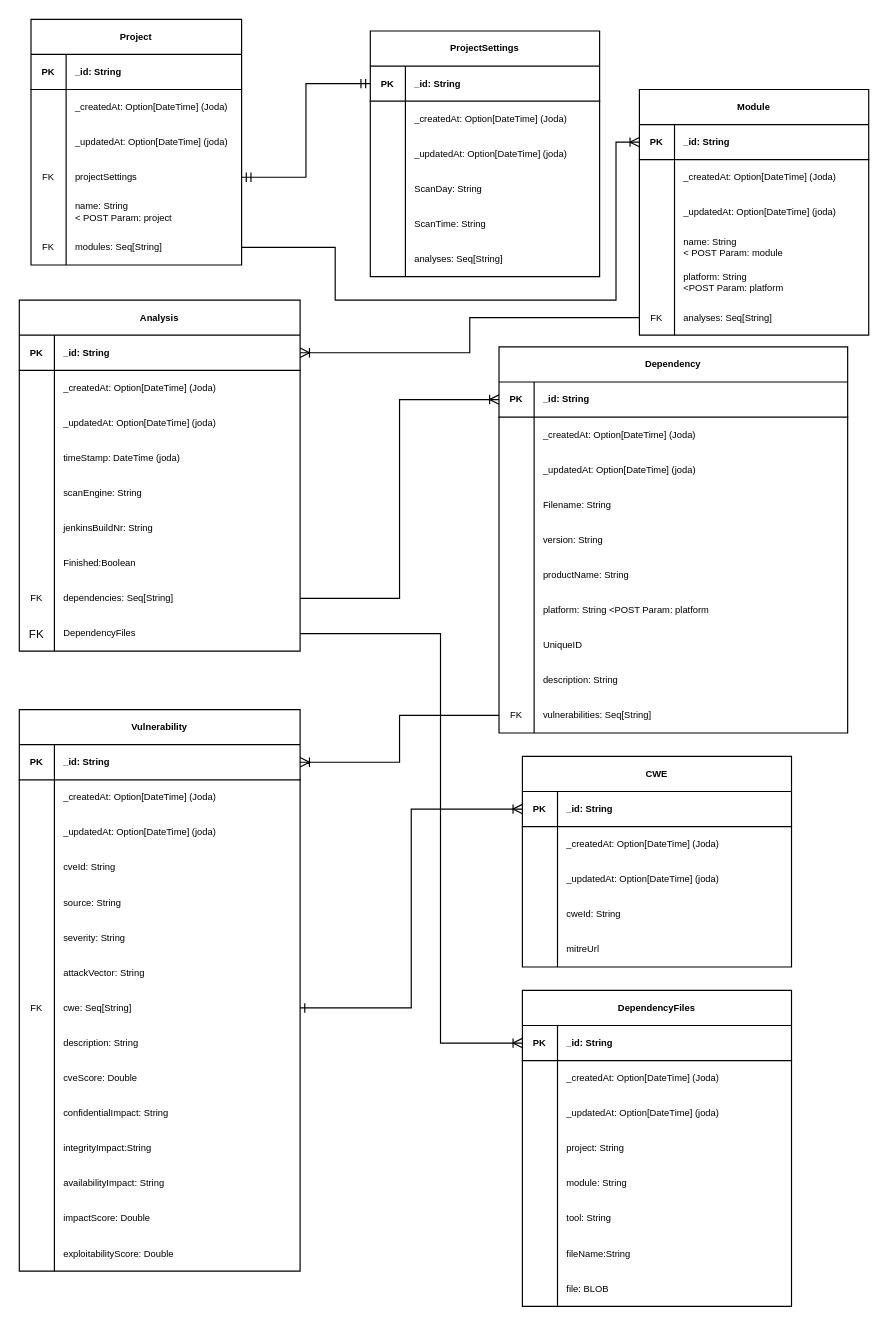
Above: page "SOUPAPI DM" (4 of 12) of gfx/SOUPAPI.drawio in codefink2020/AfstudeerVerslagFINAL (draw.io), before the change. Source tidied: cells renumbered, new cells numbered last; positions are measured from the earlier drawing's top-left corner, leaving out a move shared by most shapes. Both pictures are drawn from the tidied source at 117%, with x=0, y=0 at pixel (19, 19).
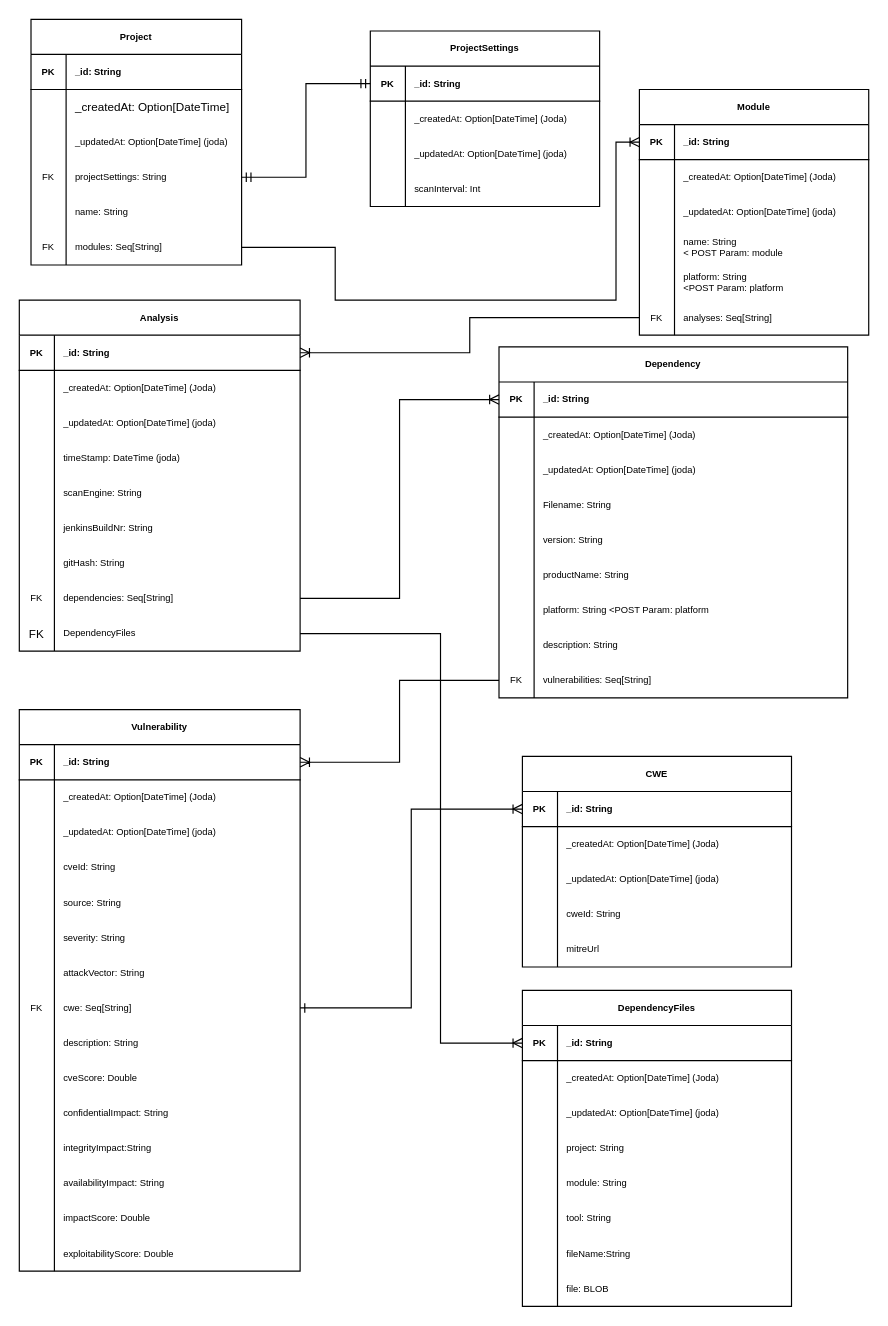
The same diagram, later.

The change refers to these unchanged cells:
```xml
<mxCell id="2" value="Project" style="shape=table;startSize=30;childLayout=tableLayout;rowLines=0;fontStyle=1;align=center;fontSize=8;" parent="1" vertex="1">
  <mxGeometry x="10" width="180" height="210" as="geometry" />
</mxCell>
<mxCell id="12" style="shape=tableRow;horizontal=0;startSize=0;swimlaneHead=0;swimlaneBody=0;fillColor=none;points=[[0,0.5],[1,0.5]];portConstraint=eastwest;top=0;left=0;right=0;bottom=0;fontSize=8;" parent="2" vertex="1">
  <mxGeometry y="120" width="180" height="30" as="geometry" />
</mxCell>
<mxCell id="15" style="shape=tableRow;horizontal=0;startSize=0;swimlaneHead=0;swimlaneBody=0;fillColor=none;top=0;left=0;right=0;bottom=0;fontSize=8;" parent="2" vertex="1">
  <mxGeometry y="150" width="180" height="30" as="geometry" />
</mxCell>
<mxCell id="60" style="shape=tableRow;horizontal=0;startSize=0;swimlaneHead=0;swimlaneBody=0;fillColor=none;top=0;left=0;right=0;bottom=0;fontSize=8;" parent="41" vertex="1">
  <mxGeometry y="210" width="240" height="30" as="geometry" />
</mxCell>
<mxCell id="202" style="shape=tableRow;horizontal=0;startSize=0;swimlaneHead=0;swimlaneBody=0;fillColor=none;top=0;left=0;right=0;bottom=0;fontSize=8;" parent="192" vertex="1">
  <mxGeometry y="120" width="196" height="30" as="geometry" />
</mxCell>
```

What changed in the source:
```diff
@@
-    <mxCell id="6" style="shape=tableRow;horizontal=0;startSize=0;swimlaneHead=0;swimlaneBody=0;fillColor=none;top=0;left=0;right=0;bottom=0;fontSize=8;" parent="2" vertex="1">
+    <mxCell id="6" style="shape=tableRow;horizontal=0;startSize=0;swimlaneHead=0;swimlaneBody=0;fillColor=none;top=0;left=0;right=0;bottom=0;fontSize=9;" parent="2" vertex="1">
       <mxGeometry y="60" width="180" height="30" as="geometry" />
     </mxCell>
@@
-    <mxCell id="8" value="_createdAt: Option[DateTime] (Joda)" style="shape=partialRectangle;fillColor=none;top=0;left=0;bottom=0;right=0;align=left;spacingLeft=6;overflow=hidden;fontSize=8;" parent="6" vertex="1">
+    <mxCell id="8" value="_createdAt: Option[DateTime] " style="shape=partialRectangle;fillColor=none;top=0;left=0;bottom=0;right=0;align=left;spacingLeft=6;overflow=hidden;fontSize=10;" parent="6" vertex="1">
       <mxGeometry x="30" width="150" height="30" as="geometry" />
     </mxCell>
@@
-    <mxCell id="14" value="projectSettings" style="shape=partialRectangle;fillColor=none;top=0;left=0;bottom=0;right=0;align=left;spacingLeft=6;fontStyle=0;overflow=hidden;fontSize=8;" parent="12" vertex="1">
+    <mxCell id="14" value="projectSettings: String" style="shape=partialRectangle;fillColor=none;top=0;left=0;bottom=0;right=0;align=left;spacingLeft=6;fontStyle=0;overflow=hidden;fontSize=8;" parent="12" vertex="1">
       <mxGeometry x="30" width="150" height="30" as="geometry" />
     </mxCell>
@@
-    <mxCell id="17" value="name: String &#10;&lt; POST Param: project" style="shape=partialRectangle;fillColor=none;top=0;left=0;bottom=0;right=0;align=left;spacingLeft=6;overflow=hidden;fontSize=8;" parent="15" vertex="1">
+    <mxCell id="17" value="name: String" style="shape=partialRectangle;fillColor=none;top=0;left=0;bottom=0;right=0;align=left;spacingLeft=6;overflow=hidden;fontSize=8;" parent="15" vertex="1">
       <mxGeometry x="30" width="150" height="30" as="geometry" />
     </mxCell>
@@
-    <mxCell id="62" value="Finished:Boolean" style="shape=partialRectangle;fillColor=none;top=0;left=0;bottom=0;right=0;align=left;spacingLeft=6;fontStyle=0;overflow=hidden;fontSize=8;" parent="60" vertex="1">
+    <mxCell id="62" value="gitHash: String" style="shape=partialRectangle;fillColor=none;top=0;left=0;bottom=0;right=0;align=left;spacingLeft=6;fontStyle=0;overflow=hidden;fontSize=8;" parent="60" vertex="1">
       <mxGeometry x="30" width="210" height="30" as="geometry" />
     </mxCell>
@@
     <mxCell id="70" value="Dependency" style="shape=table;startSize=30;childLayout=tableLayout;rowLines=0;fontStyle=1;align=center;fontSize=8;" parent="1" vertex="1">
-      <mxGeometry x="410" y="280" width="298" height="330" as="geometry" />
+      <mxGeometry x="410" y="280" width="298" height="300" as="geometry" />
     </mxCell>
@@
-    <mxCell id="92" style="shape=tableRow;horizontal=0;startSize=0;swimlaneHead=0;swimlaneBody=0;fillColor=none;top=0;left=0;right=0;bottom=0;fontSize=8;" parent="70" vertex="1">
-      <mxGeometry y="240" width="298" height="30" as="geometry" />
-    </mxCell>
-    <mxCell id="93" style="shape=partialRectangle;fillColor=none;top=0;left=0;bottom=0;right=0;fontStyle=0;overflow=hidden;fontSize=8;" parent="92" vertex="1">
-      <mxGeometry width="30" height="30" as="geometry" />
-    </mxCell>
-    <mxCell id="94" value="UniqueID" style="shape=partialRectangle;fillColor=none;top=0;left=0;bottom=0;right=0;align=left;spacingLeft=6;fontStyle=0;overflow=hidden;fontSize=8;" parent="92" vertex="1">
-      <mxGeometry x="30" width="268" height="30" as="geometry" />
-    </mxCell>
     <mxCell id="95" style="shape=tableRow;horizontal=0;startSize=0;swimlaneHead=0;swimlaneBody=0;fillColor=none;top=0;left=0;right=0;bottom=0;fontSize=8;" parent="70" vertex="1">
-      <mxGeometry y="270" width="298" height="30" as="geometry" />
+      <mxGeometry y="240" width="298" height="30" as="geometry" />
     </mxCell>
@@
     <mxCell id="98" style="shape=tableRow;horizontal=0;startSize=0;swimlaneHead=0;swimlaneBody=0;fillColor=none;points=[[0,0.5],[1,0.5]];portConstraint=eastwest;top=0;left=0;right=0;bottom=0;fontSize=8;" parent="70" vertex="1">
-      <mxGeometry y="300" width="298" height="30" as="geometry" />
+      <mxGeometry y="270" width="298" height="30" as="geometry" />
     </mxCell>
@@
     <mxCell id="192" value="ProjectSettings" style="shape=table;startSize=30;childLayout=tableLayout;rowLines=0;fontStyle=1;align=center;fontSize=8;" parent="1" vertex="1">
-      <mxGeometry x="300" y="10" width="196" height="210" as="geometry" />
+      <mxGeometry x="300" y="10" width="196" height="150" as="geometry" />
     </mxCell>
@@
-    <mxCell id="204" value="ScanDay: String" style="shape=partialRectangle;fillColor=none;top=0;left=0;bottom=0;right=0;align=left;spacingLeft=6;overflow=hidden;fontSize=8;" parent="202" vertex="1">
+    <mxCell id="204" value="scanInterval: Int" style="shape=partialRectangle;fillColor=none;top=0;left=0;bottom=0;right=0;align=left;spacingLeft=6;overflow=hidden;fontSize=8;" parent="202" vertex="1">
       <mxGeometry x="30" width="166" height="30" as="geometry" />
     </mxCell>
-    <mxCell id="205" style="shape=tableRow;horizontal=0;startSize=0;swimlaneHead=0;swimlaneBody=0;fillColor=none;top=0;left=0;right=0;bottom=0;fontSize=8;" parent="192" vertex="1">
-      <mxGeometry y="150" width="196" height="30" as="geometry" />
-    </mxCell>
-    <mxCell id="206" style="shape=partialRectangle;fillColor=none;top=0;left=0;bottom=0;right=0;fontStyle=0;overflow=hidden;fontSize=8;" parent="205" vertex="1">
-      <mxGeometry width="30" height="30" as="geometry" />
-    </mxCell>
-    <mxCell id="207" value="ScanTime: String" style="shape=partialRectangle;fillColor=none;top=0;left=0;bottom=0;right=0;align=left;spacingLeft=6;fontStyle=0;overflow=hidden;fontSize=8;" parent="205" vertex="1">
-      <mxGeometry x="30" width="166" height="30" as="geometry" />
-    </mxCell>
-    <mxCell id="208" style="shape=tableRow;horizontal=0;startSize=0;swimlaneHead=0;swimlaneBody=0;fillColor=none;top=0;left=0;right=0;bottom=0;fontSize=8;" parent="192" vertex="1">
-      <mxGeometry y="180" width="196" height="30" as="geometry" />
-    </mxCell>
-    <mxCell id="209" style="shape=partialRectangle;fillColor=none;top=0;left=0;bottom=0;right=0;fontStyle=0;overflow=hidden;fontSize=8;" parent="208" vertex="1">
-      <mxGeometry width="30" height="30" as="geometry" />
-    </mxCell>
-    <mxCell id="210" value="analyses: Seq[String]" style="shape=partialRectangle;fillColor=none;top=0;left=0;bottom=0;right=0;align=left;spacingLeft=6;fontStyle=0;overflow=hidden;fontSize=8;" parent="208" vertex="1">
-      <mxGeometry x="30" width="166" height="30" as="geometry" />
-    </mxCell>
```
